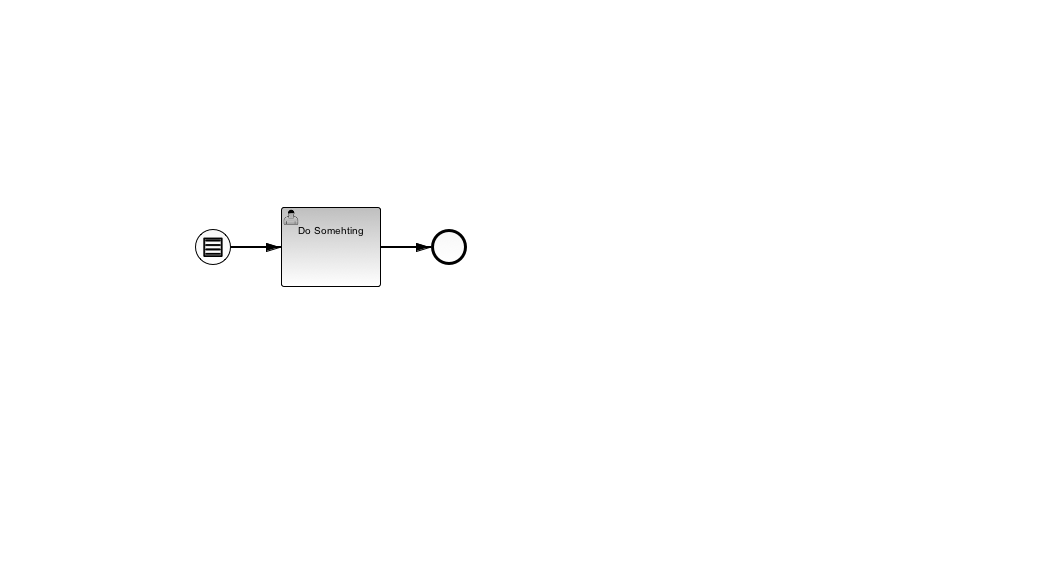
This is condition-example/src/main/resources/ConditionExample.png from gheddie/bpmn20_examples, a BPMN export, as it was before one commit. Its source is kept beside it as condition-example/src/main/resources/ConditionExample.bpmn. Ids are renumbered.
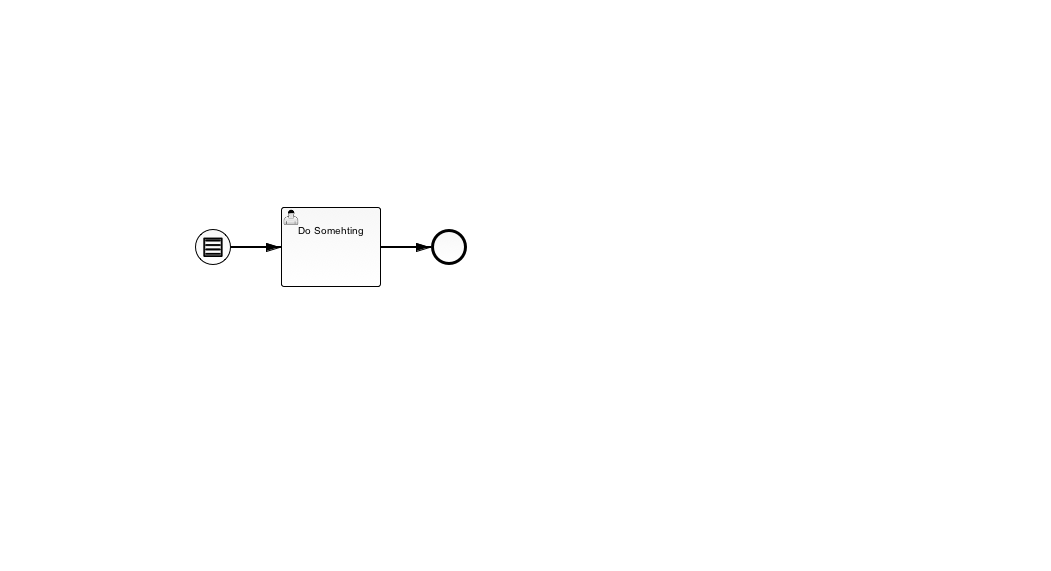
The same diagram one commit later.

Commit message:
minor changes to condition example process

Change to the diagram source:
```diff
@@ -1,5 +1,5 @@
 <bpmn2:definitions xmlns:xsi="http://www.w3.org/2001/XMLSchema-instance" xmlns:bpmn2="http://www.omg.org/spec/BPMN/20100524/MODEL" xmlns:bpmndi="http://www.omg.org/spec/BPMN/20100524/DI" xmlns:camunda="http://activiti.org/bpmn" xmlns:dc="http://www.omg.org/spec/DD/20100524/DC" xmlns:di="http://www.omg.org/spec/DD/20100524/DI" xsi:schemaLocation="http://www.omg.org/spec/BPMN/20100524/MODEL BPMN20.xsd" id="_NUHvQHPnEeO5IdqGRsVjdg" targetNamespace="http://activiti.org/bpmn">
-  <bpmn2:process id="Process_1" isExecutable="false">
+  <bpmn2:process id="conditionExampleProcess" name="Condition example process" isExecutable="true">
     <bpmn2:startEvent id="StartEvent_1">
       <bpmn2:outgoing>SequenceFlow_1</bpmn2:outgoing>
       <bpmn2:conditionalEventDefinition id="_ConditionalEventDefinition_2"/>
@@ -15,7 +15,7 @@
     <bpmn2:sequenceFlow id="SequenceFlow_2" name="" sourceRef="UserTask_1" targetRef="EndEvent_1"/>
   </bpmn2:process>
   <bpmndi:BPMNDiagram id="BPMNDiagram_1">
-    <bpmndi:BPMNPlane id="BPMNPlane_1" bpmnElement="Process_1">
+    <bpmndi:BPMNPlane id="BPMNPlane_1" bpmnElement="conditionExampleProcess">
       <bpmndi:BPMNShape id="_BPMNShape_StartEvent_4" bpmnElement="StartEvent_1">
         <dc:Bounds height="36.0" width="36.0" x="195.0" y="229.0"/>
       </bpmndi:BPMNShape>
```
